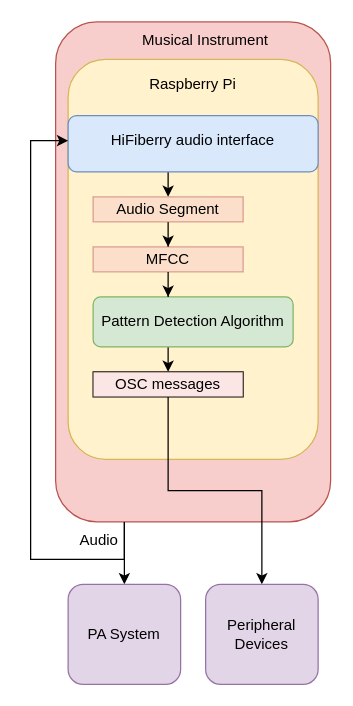
Before: thms_block.drawio in ns2max/drawio_figures, a draw.io diagram. Source tidied: cells renumbered, new cells numbered last; positions are measured from the earlier drawing's top-left corner, leaving out a move shared by most shapes. Both pictures are drawn from the tidied source at 125%, with x=0, y=0 at pixel (30, 21).
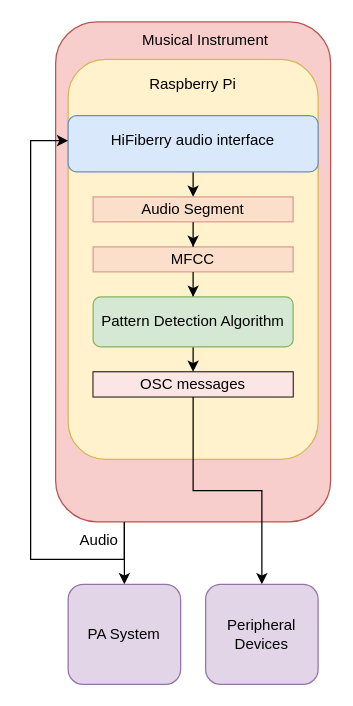
The same diagram, later.

The change refers to these unchanged cells:
```xml
<mxCell id="8" style="rounded=1;whiteSpace=wrap;html=1;fillColor=#dae8fc;strokeColor=#6c8ebf;" parent="1" vertex="1">
  <mxGeometry x="30" y="75" width="200" height="45" as="geometry" />
</mxCell>
<mxCell id="20" value="Pattern Detection Algorithm" style="rounded=1;whiteSpace=wrap;html=1;fillColor=#d5e8d4;strokeColor=#82b366;" parent="1" vertex="1">
  <mxGeometry x="50" y="220" width="160" height="40" as="geometry" />
</mxCell>
```

What changed in the source:
```diff
@@
-    <mxCell id="7" style="edgeStyle=orthogonalEdgeStyle;rounded=0;jettySize=auto;html=1;entryX=0.5;entryY=0;entryDx=0;entryDy=0;" parent="1" edge="1" source="8" target="13">
+    <mxCell id="7" style="edgeStyle=orthogonalEdgeStyle;rounded=0;jettySize=auto;html=1;entryX=0.5;entryY=0;entryDx=0;entryDy=0;exitX=0.5;exitY=1;exitDx=0;exitDy=0;" parent="1" edge="1" source="8" target="13">
       <mxGeometry relative="1" as="geometry">
         <Array as="points">
-          <mxPoint x="110" y="130" />
-          <mxPoint x="110" y="130" />
+          <mxPoint x="130" y="130" />
+          <mxPoint x="130" y="130" />
         </Array>
       </mxGeometry>
     </mxCell>
@@
     <mxCell id="12" style="rounded=0;whiteSpace=wrap;html=1;fillColor=#f8cecc;strokeColor=#b85450;opacity=50;" parent="1" vertex="1">
-      <mxGeometry x="50" y="140" width="120" height="20" as="geometry" />
+      <mxGeometry x="50" y="140" width="160" height="20" as="geometry" />
     </mxCell>
     <mxCell id="13" value="Audio Segment" style="text;html=1;align=center;verticalAlign=middle;whiteSpace=wrap;rounded=0;" parent="1" vertex="1">
-      <mxGeometry x="65" y="140" width="90" height="20" as="geometry" />
+      <mxGeometry x="50" y="140" width="160" height="20" as="geometry" />
     </mxCell>
     <mxCell id="14" style="rounded=0;whiteSpace=wrap;html=1;" parent="1" vertex="1">
-      <mxGeometry x="50" y="280" width="120" height="20" as="geometry" />
+      <mxGeometry x="50" y="280" width="160" height="20" as="geometry" />
     </mxCell>
@@
     <mxCell id="16" value="OSC messages" style="text;html=1;align=center;verticalAlign=middle;whiteSpace=wrap;rounded=0;fillColor=#f8cecc;strokeColor=none;opacity=50;" parent="1" vertex="1">
-      <mxGeometry x="50" y="280" width="120" height="20" as="geometry" />
+      <mxGeometry x="50" y="280" width="160" height="20" as="geometry" />
     </mxCell>
     <mxCell id="17" style="rounded=0;whiteSpace=wrap;html=1;fillColor=#f8cecc;strokeColor=#b85450;opacity=50;" parent="1" vertex="1">
-      <mxGeometry x="50" y="180" width="120" height="20" as="geometry" />
+      <mxGeometry x="50" y="180" width="160" height="20" as="geometry" />
     </mxCell>
+    <mxCell id="23" style="edgeStyle=orthogonalEdgeStyle;rounded=0;jettySize=auto;html=1;" parent="1" edge="1" source="18" target="20">
+      <mxGeometry relative="1" as="geometry" />
+    </mxCell>
     <mxCell id="18" value="MFCC" style="text;html=1;align=center;verticalAlign=middle;whiteSpace=wrap;rounded=0;" parent="1" vertex="1">
-      <mxGeometry x="65" y="180" width="90" height="20" as="geometry" />
+      <mxGeometry x="50" y="180" width="160" height="20" as="geometry" />
     </mxCell>
     <mxCell id="19" style="edgeStyle=orthogonalEdgeStyle;rounded=0;jettySize=auto;html=1;entryX=0.5;entryY=0;entryDx=0;entryDy=0;" parent="1" edge="1" source="20" target="16">
       <mxGeometry relative="1" as="geometry">
         <Array as="points">
-          <mxPoint x="110" y="270" />
-          <mxPoint x="110" y="270" />
+          <mxPoint x="130" y="270" />
+          <mxPoint x="130" y="270" />
         </Array>
       </mxGeometry>
     </mxCell>
@@
-    <mxCell id="23" style="edgeStyle=orthogonalEdgeStyle;rounded=0;jettySize=auto;html=1;entryX=0.375;entryY=0;entryDx=0;entryDy=0;entryPerimeter=0;" parent="1" edge="1" source="18" target="20">
-      <mxGeometry relative="1" as="geometry" />
-    </mxCell>
```
